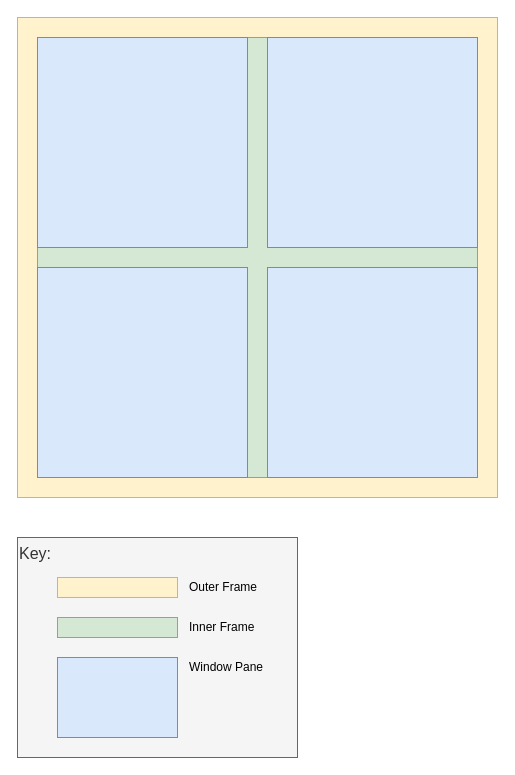
Above: resources/WindowParts.drawio in dibley1973/ModelMaking.WindowFrameCalculator (draw.io), before the change. Source tidied: cells renumbered, new cells numbered last; positions are measured from the earlier drawing's top-left corner, leaving out a move shared by most shapes. Both pictures are drawn from the tidied source at 100%, with x=0, y=0 at pixel (17, 17).
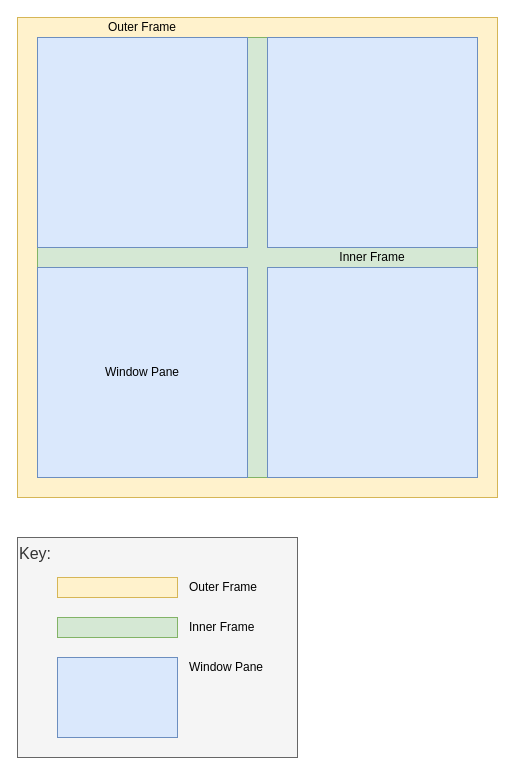
The same diagram, later.

Commit message (it also covers changes not shown here):
Updated window parts draw.io and exported .svg file.

The edit, as a diff of the source:
```diff
@@
 <mxGraphModel>
   <root>
     <mxCell id="0" />
     <mxCell id="1" parent="0" />
     <mxCell id="2" value="Key:" style="rounded=0;whiteSpace=wrap;html=1;fillColor=#f5f5f5;align=left;verticalAlign=top;fontSize=16;fontColor=#333333;strokeColor=#666666;" parent="1" vertex="1">
       <mxGeometry y="520" width="280" height="220" as="geometry" />
     </mxCell>
     <mxCell id="3" style="rounded=0;whiteSpace=wrap;html=1;fillColor=#fff2cc;strokeColor=#d6b656;" parent="1" vertex="1">
       <mxGeometry width="480" height="480" as="geometry" />
     </mxCell>
     <mxCell id="4" style="rounded=0;whiteSpace=wrap;html=1;fillColor=#d5e8d4;strokeColor=#82b366;" parent="1" vertex="1">
       <mxGeometry x="20" y="20" width="440" height="440" as="geometry" />
     </mxCell>
     <mxCell id="5" style="rounded=0;whiteSpace=wrap;html=1;fillColor=#dae8fc;strokeColor=#6c8ebf;" parent="1" vertex="1">
       <mxGeometry x="20" y="20" width="210" height="210" as="geometry" />
     </mxCell>
     <mxCell id="6" style="rounded=0;whiteSpace=wrap;html=1;fillColor=#dae8fc;strokeColor=#6c8ebf;" parent="1" vertex="1">
       <mxGeometry x="250" y="20" width="210" height="210" as="geometry" />
     </mxCell>
     <mxCell id="7" style="rounded=0;whiteSpace=wrap;html=1;fillColor=#dae8fc;strokeColor=#6c8ebf;" parent="1" vertex="1">
       <mxGeometry x="250" y="250" width="210" height="210" as="geometry" />
     </mxCell>
-    <mxCell id="8" style="rounded=0;whiteSpace=wrap;html=1;fillColor=#dae8fc;strokeColor=#6c8ebf;" parent="1" vertex="1">
+    <mxCell id="8" value="Window Pane" style="rounded=0;whiteSpace=wrap;html=1;fillColor=#dae8fc;strokeColor=#6c8ebf;" parent="1" vertex="1">
       <mxGeometry x="20" y="250" width="210" height="210" as="geometry" />
     </mxCell>
     <mxCell id="9" style="rounded=0;whiteSpace=wrap;html=1;fillColor=#fff2cc;strokeColor=#d6b656;" parent="1" vertex="1">
       <mxGeometry x="40" y="560" width="120" height="20" as="geometry" />
     </mxCell>
     <mxCell id="10" style="rounded=0;whiteSpace=wrap;html=1;fillColor=#d5e8d4;strokeColor=#82b366;" parent="1" vertex="1">
       <mxGeometry x="40" y="600" width="120" height="20" as="geometry" />
     </mxCell>
     <mxCell id="11" style="rounded=0;whiteSpace=wrap;html=1;fillColor=#dae8fc;strokeColor=#6c8ebf;" parent="1" vertex="1">
       <mxGeometry x="40" y="640" width="120" height="80" as="geometry" />
     </mxCell>
     <mxCell id="12" value="Outer Frame" style="text;html=1;align=left;verticalAlign=middle;whiteSpace=wrap;rounded=0;" parent="1" vertex="1">
       <mxGeometry x="170" y="560" width="150" height="20" as="geometry" />
     </mxCell>
     <mxCell id="13" value="Inner Frame" style="text;html=1;align=left;verticalAlign=middle;whiteSpace=wrap;rounded=0;" parent="1" vertex="1">
       <mxGeometry x="170" y="600" width="150" height="20" as="geometry" />
     </mxCell>
     <mxCell id="14" value="Window Pane" style="text;html=1;align=left;verticalAlign=middle;whiteSpace=wrap;rounded=0;" parent="1" vertex="1">
       <mxGeometry x="170" y="640" width="150" height="20" as="geometry" />
     </mxCell>
+    <mxCell id="15" value="Outer Frame" style="text;html=1;align=center;verticalAlign=middle;whiteSpace=wrap;rounded=0;" parent="1" vertex="1">
+      <mxGeometry x="80" width="90" height="20" as="geometry" />
+    </mxCell>
+    <mxCell id="16" value="Inner Frame" style="text;html=1;align=center;verticalAlign=middle;whiteSpace=wrap;rounded=0;" parent="1" vertex="1">
+      <mxGeometry x="310" y="230" width="90" height="20" as="geometry" />
+    </mxCell>
   </root>
 </mxGraphModel>
```
